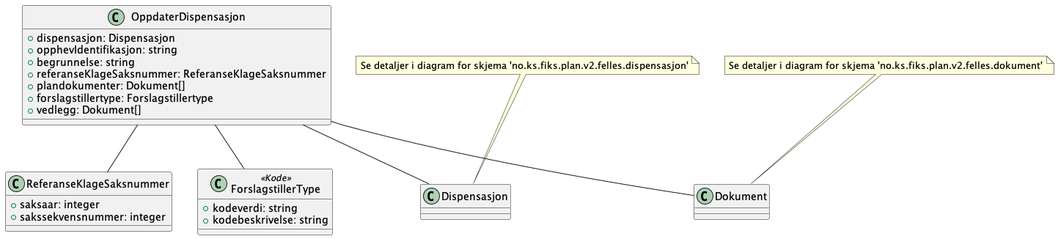
The PlantUML diagram Dokumentasjon/V2/ClassDiagrams/no.ks.fiks.plan.v2.oppdatering.dispensasjon.oppdater/dispensasjon-oppdater.png in ks-no/fiks-plan-specification, before a commit.
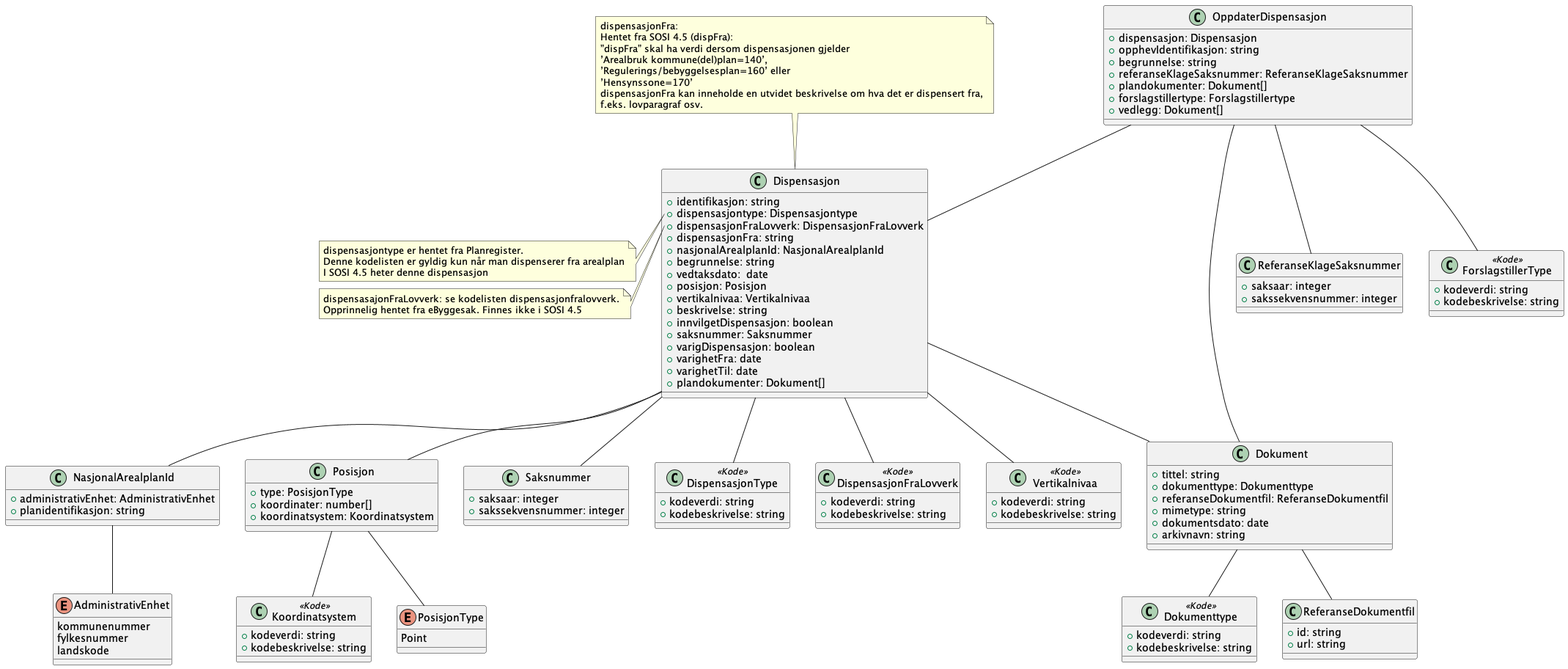
After the commit.

Change to the diagram source:
```diff
@@ -1,4 +1,6 @@
 @startuml
+!include ./../no.ks.fiks.plan.v2.felles.dispensasjon/dispensasjon.pu
+!include ./../no.ks.fiks.plan.v2.felles.dokument/dokument.pu
 
 class OppdaterDispensasjon {
     +dispensasjon: Dispensasjon
@@ -25,7 +27,4 @@
 OppdaterDispensasjon -- Dokument
 OppdaterDispensasjon -- ReferanseKlageSaksnummer
 
-note top of Dispensasjon : Se detaljer i diagram for skjema 'no.ks.fiks.plan.v2.felles.dispensasjon'
-note top of Dokument : Se detaljer i diagram for skjema 'no.ks.fiks.plan.v2.felles.dokument'
-
 @enduml
```
